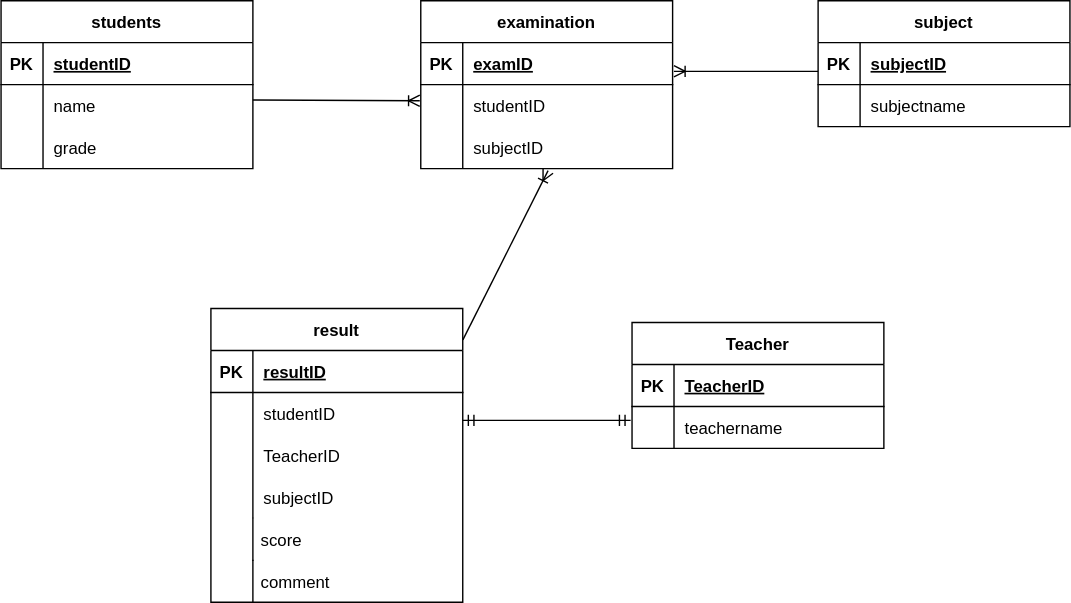
ohashi3589/20230217_ohashi keeps this draw.io diagram as ER.drawio.svg. Above is the earlier version. Source tidied: cells renumbered, new cells last; positions are measured from the earlier drawing's top-left corner, leaving out a move shared by most shapes.
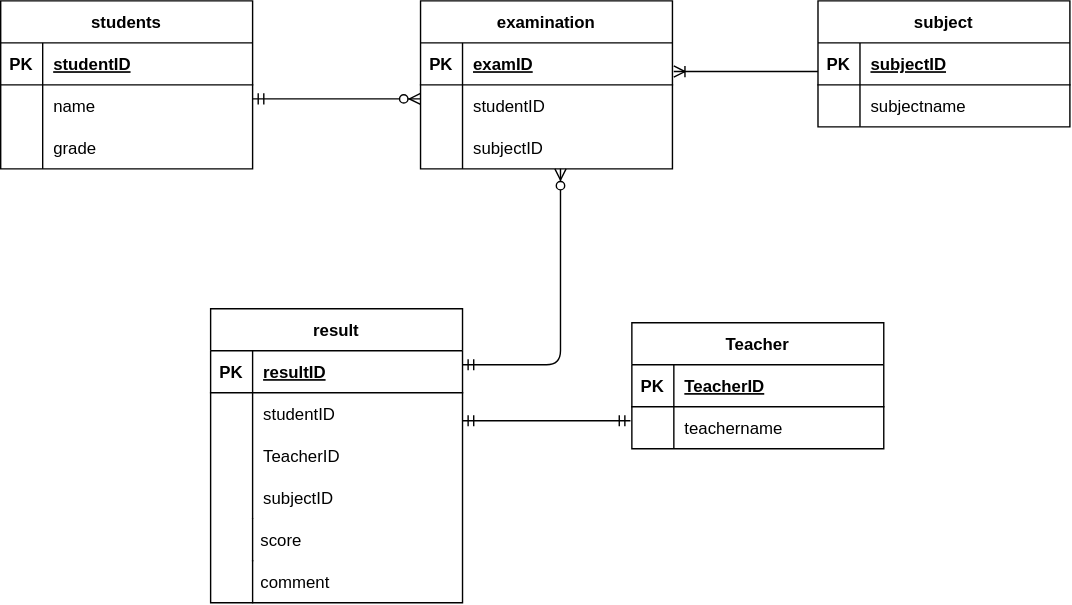
After the commit.

The edit, as a diff of the source:
```diff
@@ -155,12 +155,6 @@
     <mxCell id="52" style="shape=partialRectangle;top=0;left=0;bottom=0;fillColor=none;stokeWidth=1;align=left;verticalAlign=middle;spacingLeft=4;spacingRight=4;overflow=hidden;strokeWidth=1;" parent="51" vertex="1">
       <mxGeometry width="30" height="30" as="geometry" />
     </mxCell>
-    <mxCell id="53" style="fontSize=12;html=1;endArrow=ERoneToMany;entryX=-0.004;entryY=0.352;entryDx=0;entryDy=0;entryPerimeter=0;" parent="1" edge="1">
-      <mxGeometry relative="1" as="geometry">
-        <mxPoint x="180" y="71" as="sourcePoint" />
-        <mxPoint x="299.3" y="71.6" as="targetPoint" />
-      </mxGeometry>
-    </mxCell>
     <mxCell id="54" style="fontSize=12;html=1;endArrow=ERmandOne;startArrow=ERmandOne;" parent="1" edge="1">
       <mxGeometry relative="1" as="geometry">
         <mxPoint x="330" y="300" as="sourcePoint" />
@@ -173,11 +167,17 @@
         <mxPoint x="480.9" y="50.5" as="targetPoint" />
       </mxGeometry>
     </mxCell>
-    <mxCell id="56" style="fontSize=12;html=1;endArrow=ERoneToMany;exitX=1.006;exitY=0.107;exitDx=0;exitDy=0;exitPerimeter=0;entryX=0.511;entryY=1.05;entryDx=0;entryDy=0;entryPerimeter=0;" parent="1" edge="1">
-      <mxGeometry relative="1" as="geometry">
-        <mxPoint x="330.1" y="242.5" as="sourcePoint" />
-        <mxPoint x="391" y="121.5" as="targetPoint" />
-      </mxGeometry>
-    </mxCell>
+    <mxCell id="57" style="fontSize=12;html=1;endArrow=ERzeroToMany;startArrow=ERmandOne;" parent="1" edge="1">
+      <mxGeometry relative="1" as="geometry">
+        <mxPoint x="180" y="70" as="sourcePoint" />
+        <mxPoint x="300" y="70" as="targetPoint" />
+      </mxGeometry>
+    </mxCell>
+    <mxCell id="58" style="edgeStyle=orthogonalEdgeStyle;fontSize=12;html=1;endArrow=ERzeroToMany;startArrow=ERmandOne;" parent="1" edge="1">
+      <mxGeometry relative="1" as="geometry">
+        <mxPoint x="330" y="260" as="sourcePoint" />
+        <mxPoint x="400" y="120" as="targetPoint" />
+      </mxGeometry>
+    </mxCell>
   </root>
 </mxGraphModel>
```
